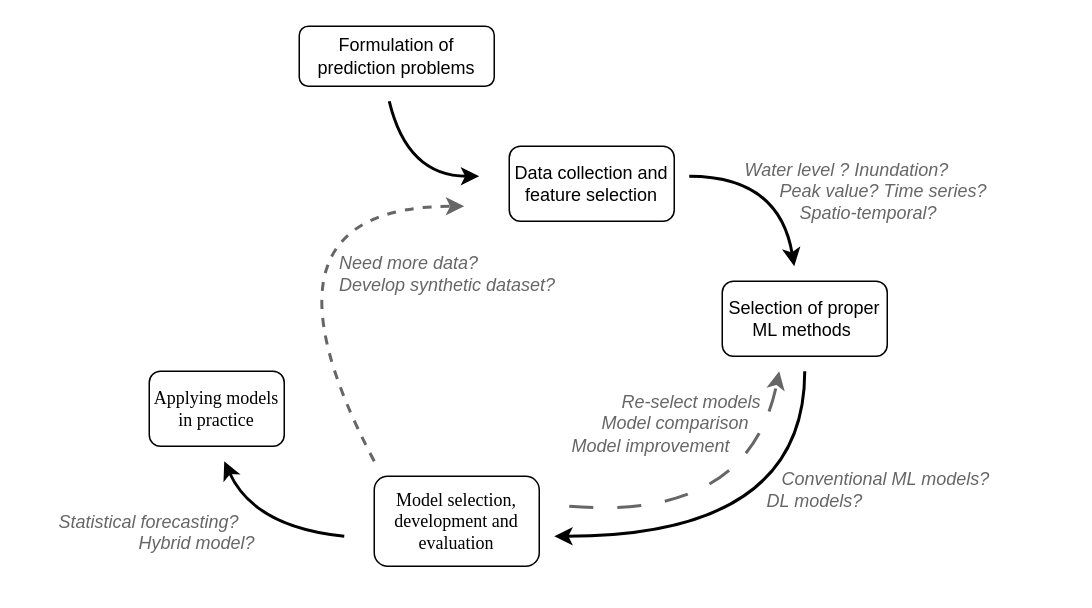
Xylitolor/Xylitolee keeps this draw.io diagram as workflow.drawio. Above is the earlier version. Source tidied: cells renumbered, new cells numbered last; positions are measured from the earlier drawing's top-left corner, leaving out a move shared by most shapes. Both pictures are drawn from the tidied source at 150%, with x=0, y=0 at pixel (26, 26).
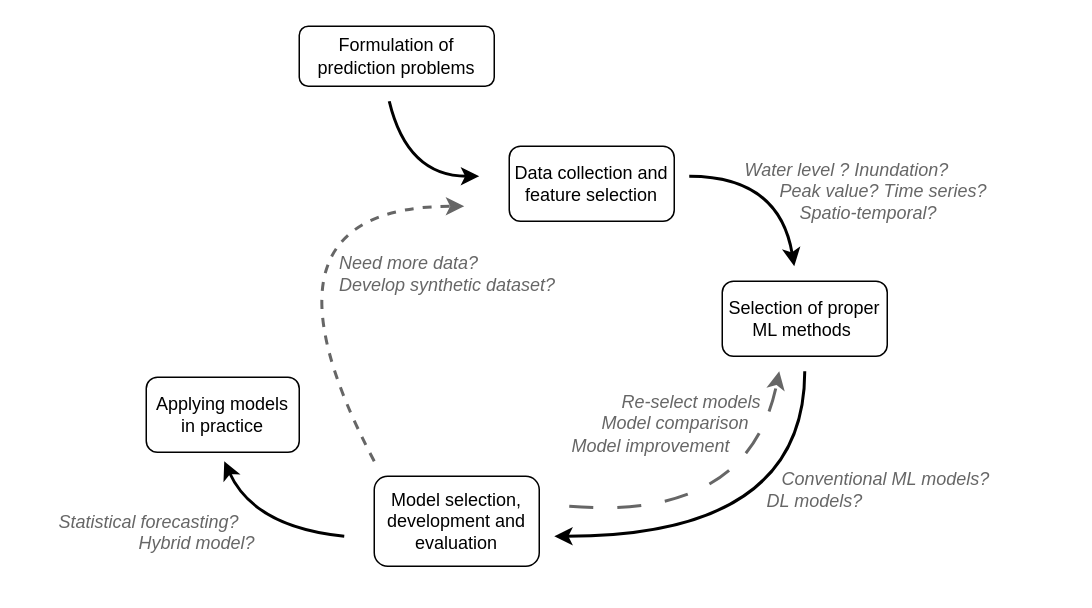
The same page after the edit.

Diff of the diagram source:
```diff
@@
-    <mxCell id="5" value="&lt;p style=&quot;margin-top: 0pt; margin-bottom: 0pt; margin-left: 0in; direction: ltr; unicode-bidi: embed; word-break: normal;&quot;&gt;&lt;font face=&quot;Times New Roman&quot;&gt;Model selection, development and evaluation&lt;/font&gt;&lt;/p&gt;" style="rounded=1;whiteSpace=wrap;html=1;align=center;" parent="1" vertex="1">
+    <mxCell id="5" value="&lt;p style=&quot;margin-top: 0pt; margin-bottom: 0pt; margin-left: 0in; direction: ltr; unicode-bidi: embed; word-break: normal;&quot;&gt;&lt;font&gt;Model selection, development and evaluation&lt;/font&gt;&lt;/p&gt;" style="rounded=1;whiteSpace=wrap;html=1;align=center;fontFamily=Helvetica;" parent="1" vertex="1">
       <mxGeometry x="232" y="300" width="110" height="60" as="geometry" />
     </mxCell>
-    <mxCell id="6" value="&lt;p style=&quot;margin-top: 0pt; margin-bottom: 0pt; margin-left: 0in; direction: ltr; unicode-bidi: embed; word-break: normal;&quot;&gt;&lt;font face=&quot;Times New Roman&quot;&gt;Applying models in practice&lt;/font&gt;&lt;/p&gt;" style="rounded=1;whiteSpace=wrap;html=1;align=center;" parent="1" vertex="1">
-      <mxGeometry x="82" y="230" width="90" height="50" as="geometry" />
+    <mxCell id="6" value="&lt;p style=&quot;margin-top: 0pt; margin-bottom: 0pt; margin-left: 0in; direction: ltr; unicode-bidi: embed; word-break: normal;&quot;&gt;&lt;font&gt;Applying models in practice&lt;/font&gt;&lt;/p&gt;" style="rounded=1;whiteSpace=wrap;html=1;align=center;fontFamily=Helvetica;" parent="1" vertex="1">
+      <mxGeometry x="80" y="234" width="102" height="50" as="geometry" />
     </mxCell>
```
